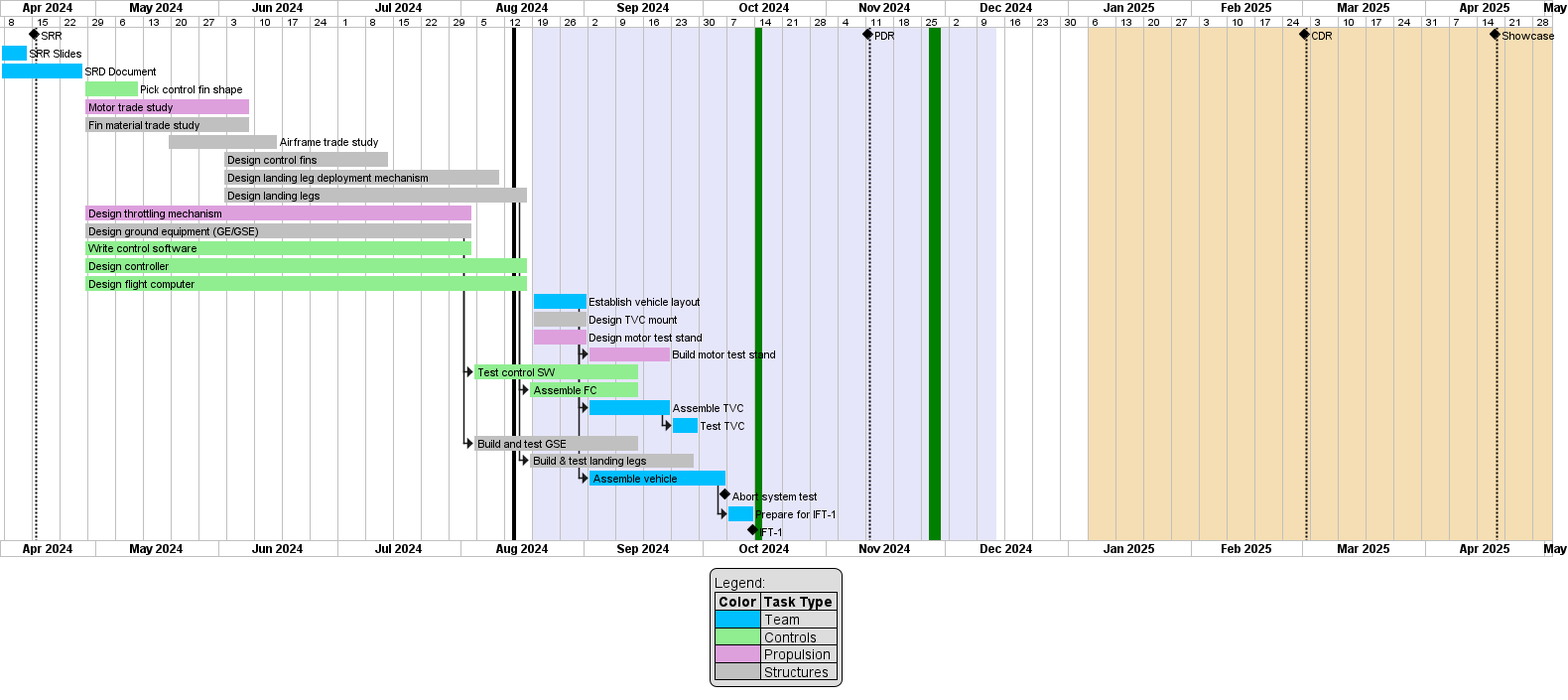
Above: diagrams/out/gantt_chart.png in Laagaard/Rocket_Lander (PlantUML), before the change.
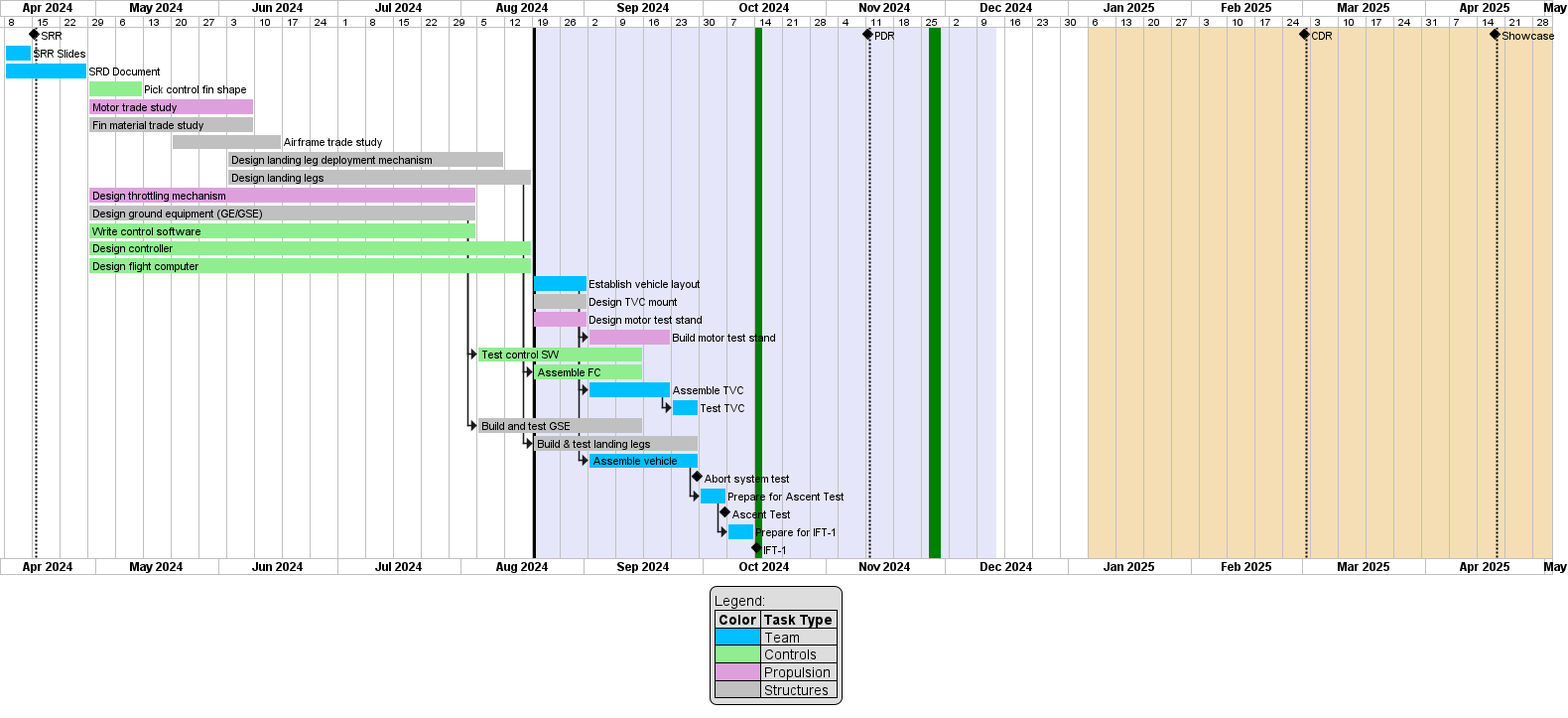
After the change.

Commit message:
Gantt Chart: Add ascent test

Change to the diagram source:
```diff
@@ -34,22 +34,21 @@
 
 
 
-[SRR Slides] requires 1 week and starts 2024-04-07 and is colored in deepskyblue
-[SRD Document] requires 3 weeks and starts 2024-04-07 and is colored in deepskyblue
+[SRR Slides] requires 1 week and starts 2024-04-08 and is colored in deepskyblue
+[SRD Document] requires 3 weeks and starts 2024-04-08 and is colored in deepskyblue
 
 
-[Pick control fin shape] requires 2 weeks and starts 2024-04-28 and is colored in lightgreen
-[Motor trade study] requires 6 weeks and starts 2024-04-28 and is colored in plum
-[Fin material trade study] requires 6 weeks and starts 2024-04-28 and is colored in silver
-[Airframe trade study] requires 4 weeks and starts 2024-05-19 and is colored in silver
-[Design control fins] requires 6 weeks and starts 2024-06-02 and is colored in silver
-[Design landing leg deployment mechanism] requires 10 weeks and starts 2024-06-02 and is colored in silver
-[Design landing legs] requires 11 weeks and starts at 2024-06-02 and is colored in silver
-[Design throttling mechanism] requires 14 weeks and starts 2024-04-28 and is colored in plum
-[Design ground equipment (GE/GSE)] requires 14 weeks and starts 2024-04-28 and is colored in silver
-[Write control software] requires 14 weeks and starts 2024-04-28 and is colored in lightgreen
-[Design controller] requires 16 weeks and starts 2024-04-28 and is colored in lightgreen
-[Design flight computer] requires 16 weeks and starts 2024-04-28 and is colored in lightgreen
+[Pick control fin shape] requires 2 weeks and starts 2024-04-29 and is colored in lightgreen
+[Motor trade study] requires 6 weeks and starts 2024-04-29 and is colored in plum
+[Fin material trade study] requires 6 weeks and starts 2024-04-29 and is colored in silver
+[Airframe trade study] requires 4 weeks and starts 2024-05-20 and is colored in silver
+[Design landing leg deployment mechanism] requires 10 weeks and starts 2024-06-03 and is colored in silver
+[Design landing legs] requires 11 weeks and starts at 2024-06-03 and is colored in silver
+[Design throttling mechanism] requires 14 weeks and starts 2024-04-29 and is colored in plum
+[Design ground equipment (GE/GSE)] requires 14 weeks and starts 2024-04-29 and is colored in silver
+[Write control software] requires 14 weeks and starts 2024-04-29 and is colored in lightgreen
+[Design controller] requires 16 weeks and starts 2024-04-29 and is colored in lightgreen
+[Design flight computer] requires 16 weeks and starts 2024-04-29 and is colored in lightgreen
 
 
 [Establish vehicle layout] requires 2 weeks and starts 2024-08-19 and is colored in deepskyblue
@@ -62,10 +61,12 @@
 [Test TVC] requires 1 weeks and starts at [Assemble TVC]'s end and is colored in deepskyblue
 [Build and test GSE] requires 6 weeks and starts at [Design ground equipment (GE/GSE)]'s end and is colored in silver
 [Build & test landing legs] requires 6 weeks and starts at [Design landing legs]'s end and is colored in silver
-[Assemble vehicle] requires 5 weeks and starts at [Establish vehicle layout]'s end and is colored in deepskyblue
+[Assemble vehicle] requires 4 weeks and starts at [Establish vehicle layout]'s end and is colored in deepskyblue
 [Abort system test] happens at [Assemble vehicle]'s end
-[Prepare for IFT-1] requires 1 weeks and starts at [Assemble vehicle]'s end and is colored in deepskyblue
-[IFT-1] happens at [Prepare for IFT-1]'s end
+[Prepare for Ascent Test] requires 1 weeks and starts at [Assemble vehicle]'s end and is colored in deepskyblue
+[Ascent Test] happens at [Prepare for Ascent Test]'s end
+[Prepare for IFT-1] requires 1 weeks and starts at [Prepare for Ascent Test]'s end and is colored in deepskyblue
+[IFT-1] happens at [Fall Break]'s start
 
 
 legend
```
